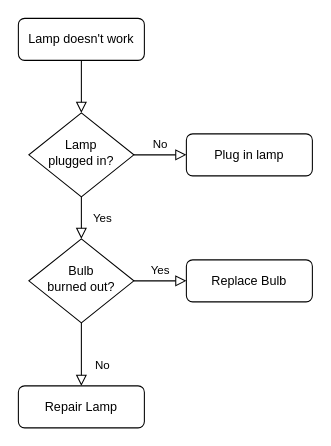
Before: diagramaDeFlujo.drawio in NellyNa27/DEV007-md-links, a draw.io diagram. Source tidied: cells renumbered, new cells numbered last; positions are measured from the earlier drawing's top-left corner, leaving out a move shared by most shapes. Both pictures are drawn from the tidied source at 105%, with x=0, y=0 at pixel (18, 18).
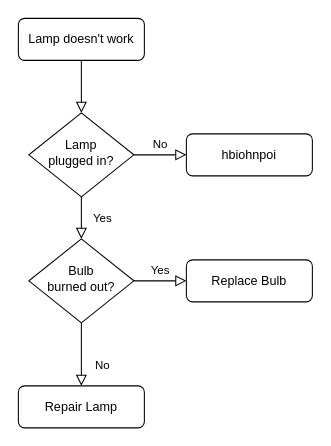
The same diagram, later.

Change to the diagram source:
```diff
@@
 <mxGraphModel>
   <root>
     <mxCell id="0" />
     <mxCell id="1" parent="0" />
     <mxCell id="2" style="rounded=0;html=1;jettySize=auto;fontSize=11;endArrow=block;endFill=0;endSize=8;strokeWidth=1;shadow=0;labelBackgroundColor=none;edgeStyle=orthogonalEdgeStyle;" parent="1" edge="1" source="3" target="6">
       <mxGeometry relative="1" as="geometry" />
     </mxCell>
     <mxCell id="3" value="Lamp doesn't work" style="rounded=1;whiteSpace=wrap;html=1;fontSize=12;glass=0;strokeWidth=1;shadow=0;" parent="1" vertex="1">
       <mxGeometry width="120" height="40" as="geometry" />
     </mxCell>
     <mxCell id="4" value="Yes" style="rounded=0;html=1;jettySize=auto;fontSize=11;endArrow=block;endFill=0;endSize=8;strokeWidth=1;shadow=0;labelBackgroundColor=none;edgeStyle=orthogonalEdgeStyle;" parent="1" edge="1" source="6" target="10">
       <mxGeometry y="20" relative="1" as="geometry" />
     </mxCell>
     <mxCell id="5" value="No" style="edgeStyle=orthogonalEdgeStyle;rounded=0;html=1;jettySize=auto;fontSize=11;endArrow=block;endFill=0;endSize=8;strokeWidth=1;shadow=0;labelBackgroundColor=none;" parent="1" edge="1" source="6" target="7">
       <mxGeometry y="10" relative="1" as="geometry" />
     </mxCell>
     <mxCell id="6" value="Lamp&lt;br&gt;plugged in?" style="rhombus;whiteSpace=wrap;html=1;shadow=0;fontFamily=Helvetica;fontSize=12;align=center;strokeWidth=1;spacing=6;spacingTop=-4;" parent="1" vertex="1">
       <mxGeometry x="10" y="90" width="100" height="80" as="geometry" />
     </mxCell>
-    <mxCell id="7" value="Plug in lamp" style="rounded=1;whiteSpace=wrap;html=1;fontSize=12;glass=0;strokeWidth=1;shadow=0;" parent="1" vertex="1">
+    <mxCell id="7" value="hbiohnpoi&lt;br&gt;" style="rounded=1;whiteSpace=wrap;html=1;fontSize=12;glass=0;strokeWidth=1;shadow=0;" parent="1" vertex="1">
       <mxGeometry x="160" y="110" width="120" height="40" as="geometry" />
     </mxCell>
     <mxCell id="8" value="No" style="rounded=0;html=1;jettySize=auto;fontSize=11;endArrow=block;endFill=0;endSize=8;strokeWidth=1;shadow=0;labelBackgroundColor=none;edgeStyle=orthogonalEdgeStyle;" parent="1" edge="1" source="10" target="11">
       <mxGeometry x="0.33" y="20" relative="1" as="geometry" />
     </mxCell>
     <mxCell id="9" value="Yes" style="edgeStyle=orthogonalEdgeStyle;rounded=0;html=1;jettySize=auto;fontSize=11;endArrow=block;endFill=0;endSize=8;strokeWidth=1;shadow=0;labelBackgroundColor=none;" parent="1" edge="1" source="10" target="12">
       <mxGeometry y="10" relative="1" as="geometry" />
     </mxCell>
     <mxCell id="10" value="Bulb&lt;br&gt;burned out?" style="rhombus;whiteSpace=wrap;html=1;shadow=0;fontFamily=Helvetica;fontSize=12;align=center;strokeWidth=1;spacing=6;spacingTop=-4;" parent="1" vertex="1">
       <mxGeometry x="10" y="210" width="100" height="80" as="geometry" />
     </mxCell>
     <mxCell id="11" value="Repair Lamp" style="rounded=1;whiteSpace=wrap;html=1;fontSize=12;glass=0;strokeWidth=1;shadow=0;" parent="1" vertex="1">
       <mxGeometry y="350" width="120" height="40" as="geometry" />
     </mxCell>
     <mxCell id="12" value="Replace Bulb" style="rounded=1;whiteSpace=wrap;html=1;fontSize=12;glass=0;strokeWidth=1;shadow=0;" parent="1" vertex="1">
       <mxGeometry x="160" y="230" width="120" height="40" as="geometry" />
     </mxCell>
   </root>
 </mxGraphModel>
```
